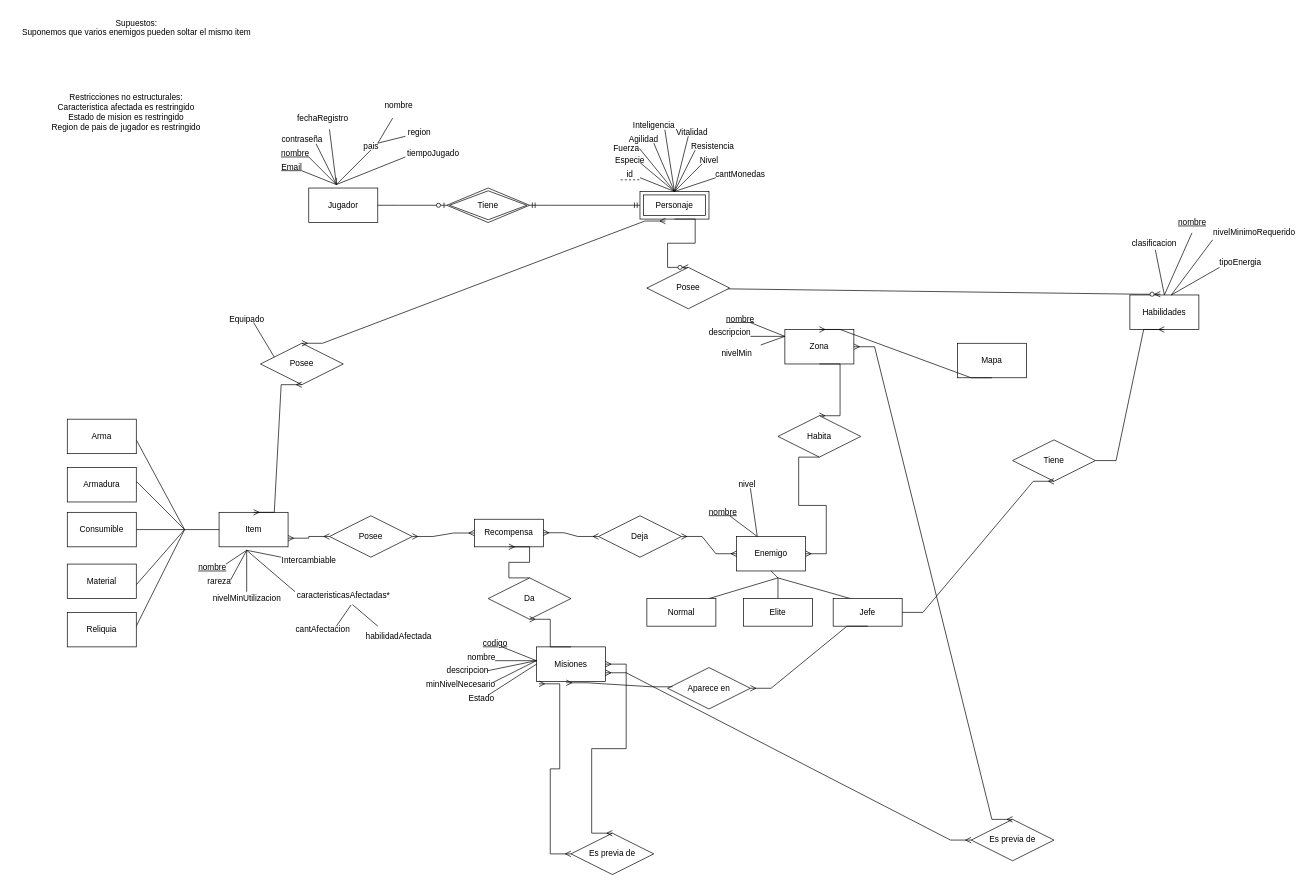
Earlier version of the draw.io diagram Parte1.drawio (MartinAlonsoo/Obligatorio1BD2). Source tidied: cells renumbered, new cells numbered last; positions are measured from the earlier drawing's top-left corner, leaving out a move shared by most shapes. Both pictures are drawn from the tidied source at 69%, with x=0, y=0 at pixel (12, 12).
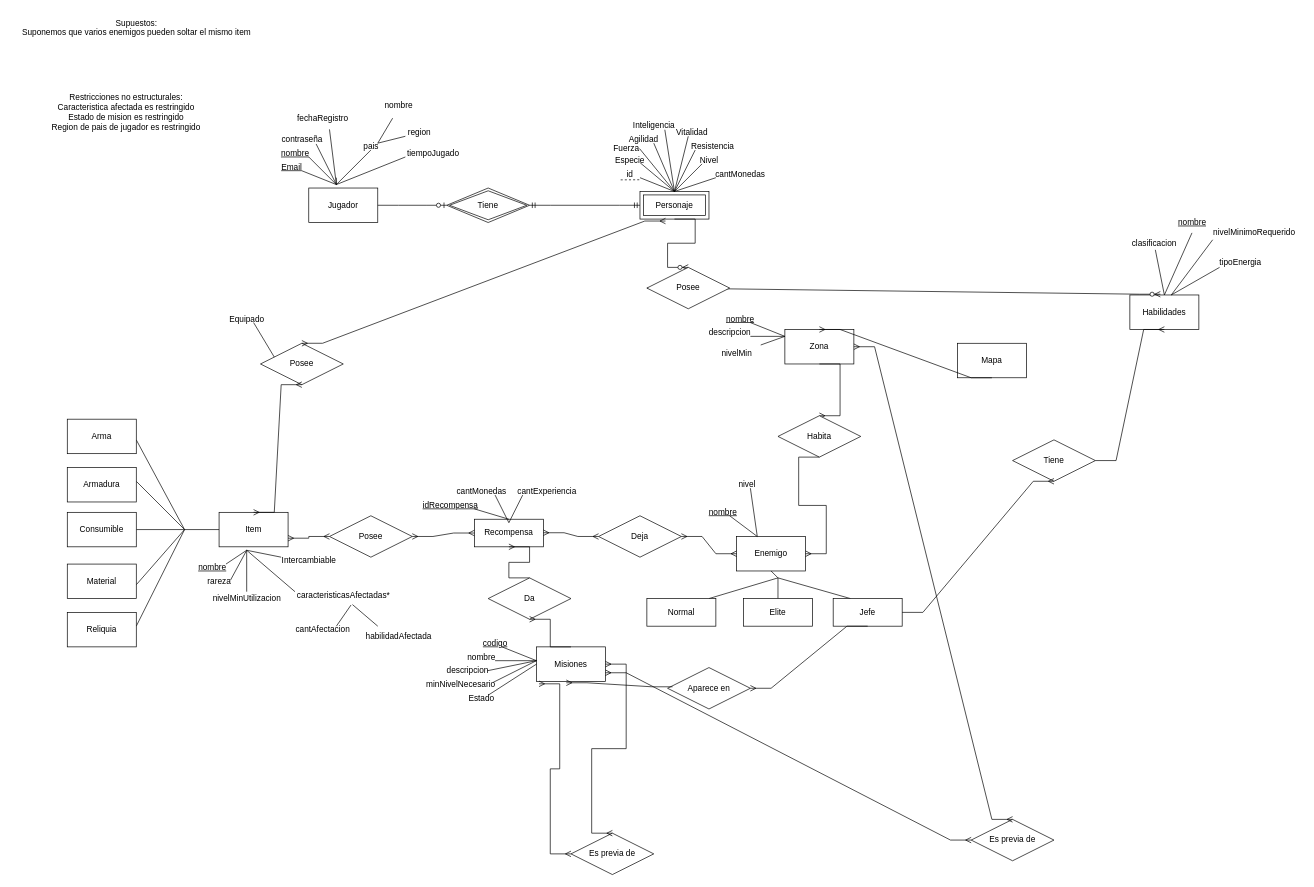
Above is the later version.

The change refers to these unchanged cells:
```xml
<mxCell id="34" value="Recompensa" style="whiteSpace=wrap;html=1;align=center;" parent="1" vertex="1">
  <mxGeometry x="670" y="735" width="100" height="40" as="geometry" />
</mxCell>
```

The edit, as a diff of the source:
```diff
@@
+    <mxCell id="129" style="endArrow=none;html=1;rounded=0;" parent="1" edge="1">
+      <mxGeometry relative="1" as="geometry">
+        <mxPoint x="740" y="700" as="sourcePoint" />
+        <mxPoint x="700" y="700" as="targetPoint" />
+        <Array as="points">
+          <mxPoint x="720" y="740" />
+        </Array>
+      </mxGeometry>
+    </mxCell>
+    <mxCell id="130" value="cantMonedas" style="text;html=1;align=center;verticalAlign=middle;strokeColor=none;fillColor=none;" parent="1" vertex="1">
+      <mxGeometry x="630" y="680" width="100" height="30" as="geometry" />
+    </mxCell>
+    <mxCell id="131" value="cantExperiencia" style="text;html=1;align=center;verticalAlign=middle;strokeColor=none;fillColor=none;" parent="1" vertex="1">
+      <mxGeometry x="720" y="680" width="110" height="30" as="geometry" />
+    </mxCell>
+    <mxCell id="132" value="&lt;u&gt;idRecompensa&lt;/u&gt;" style="text;html=1;align=center;verticalAlign=middle;strokeColor=none;fillColor=none;" parent="1" vertex="1">
+      <mxGeometry x="585" y="700" width="100" height="30" as="geometry" />
+    </mxCell>
+    <mxCell id="133" style="endArrow=none;html=1;rounded=0;exitX=0.5;exitY=0;exitDx=0;exitDy=0;" parent="1" edge="1" source="34">
+      <mxGeometry relative="1" as="geometry">
+        <mxPoint x="670" y="720" as="targetPoint" />
+      </mxGeometry>
+    </mxCell>
```
